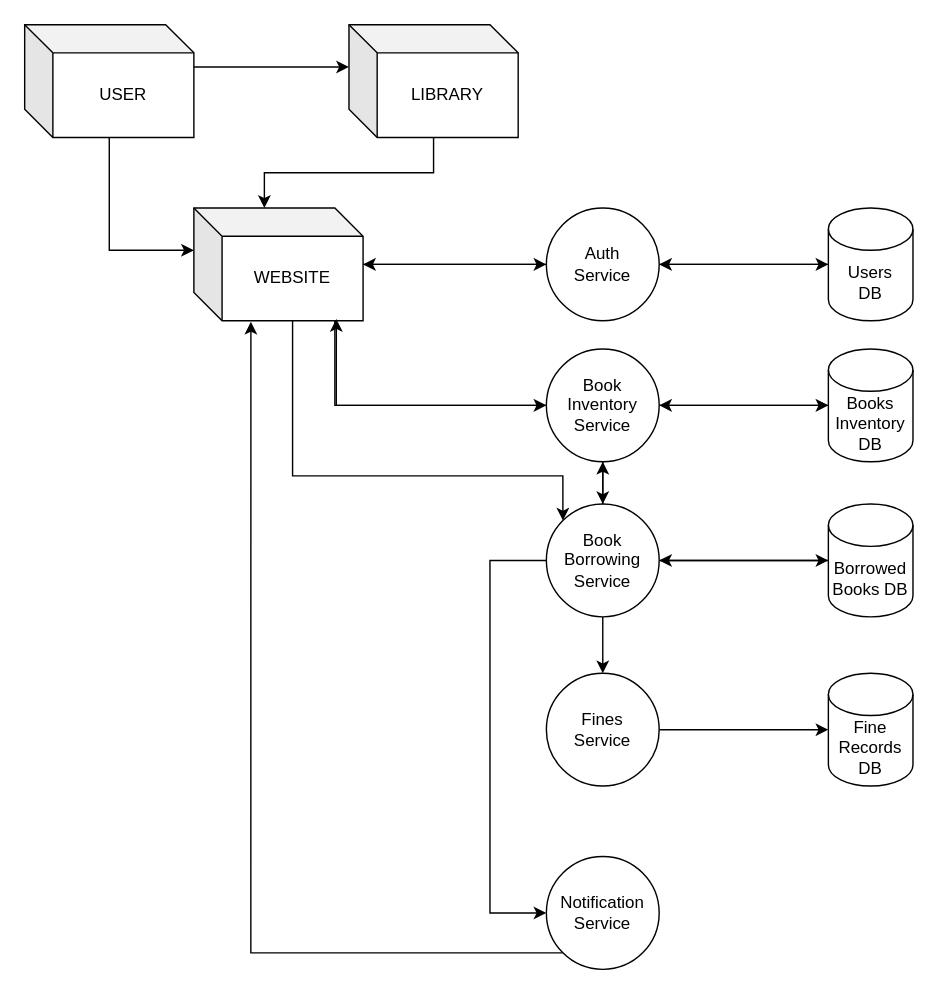
Above: DFD.drawio in caoh29/AWS-Learn (draw.io), before the change. Source tidied: cells renumbered, new cells numbered last; positions are measured from the earlier drawing's top-left corner, leaving out a move shared by most shapes. Both pictures are drawn from the tidied source at 141%, with x=0, y=0 at pixel (24, 24).
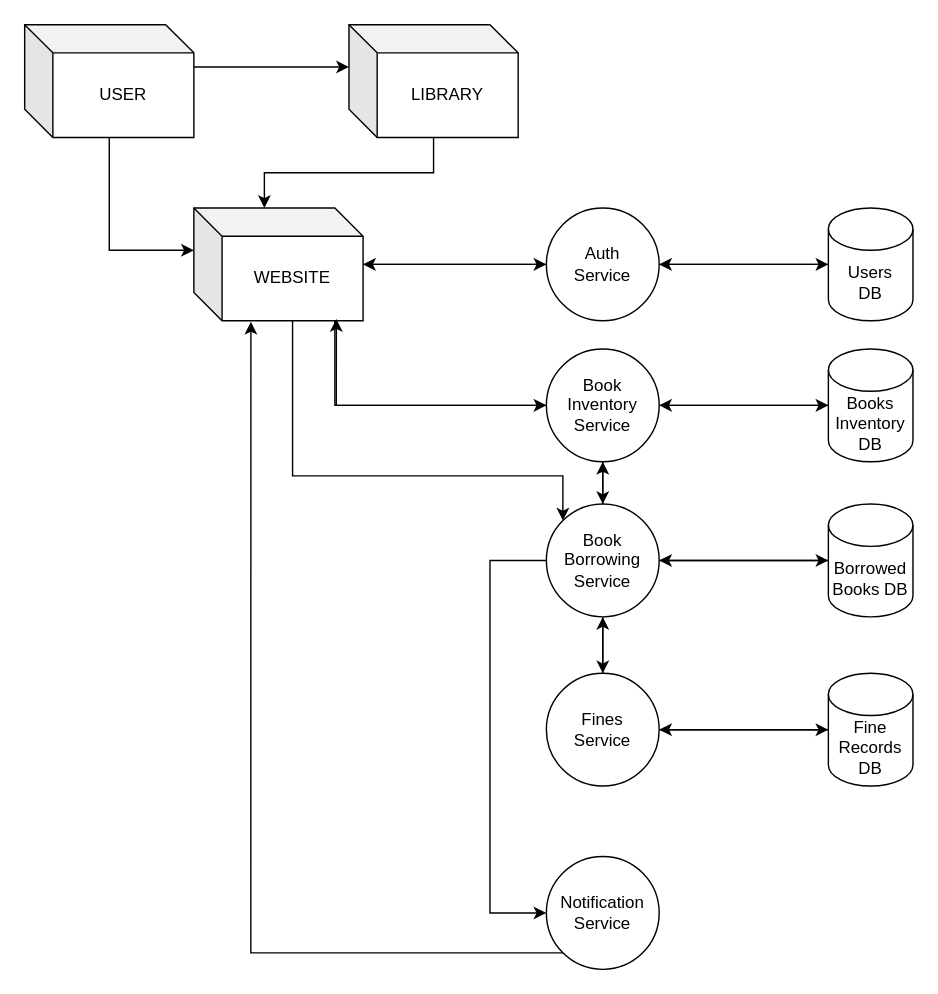
The same diagram, later.

Unchanged cells that the change refers to:
```xml
<mxCell id="16" value="Fines&lt;div&gt;Service&lt;/div&gt;" style="ellipse;whiteSpace=wrap;html=1;" parent="1" vertex="1">
  <mxGeometry x="370" y="460" width="80" height="80" as="geometry" />
</mxCell>
<mxCell id="20" value="Fine Records DB" style="shape=cylinder3;whiteSpace=wrap;html=1;boundedLbl=1;backgroundOutline=1;size=15;" parent="1" vertex="1">
  <mxGeometry x="570" y="460" width="60" height="80" as="geometry" />
</mxCell>
<mxCell id="31" value="Book Borrowing Service" style="ellipse;whiteSpace=wrap;html=1;" parent="1" vertex="1">
  <mxGeometry x="370" y="340" width="80" height="80" as="geometry" />
</mxCell>
```

Diff of the diagram source:
```diff
@@
+    <mxCell id="34" style="edgeStyle=orthogonalEdgeStyle;rounded=0;jettySize=auto;html=1;entryX=0.5;entryY=1;entryDx=0;entryDy=0;" parent="1" edge="1" source="16" target="31">
+      <mxGeometry relative="1" as="geometry" />
+    </mxCell>
@@
+    <mxCell id="35" style="edgeStyle=orthogonalEdgeStyle;rounded=0;jettySize=auto;html=1;entryX=1;entryY=0.5;entryDx=0;entryDy=0;" parent="1" edge="1" source="20" target="16">
+      <mxGeometry relative="1" as="geometry" />
+    </mxCell>
```
